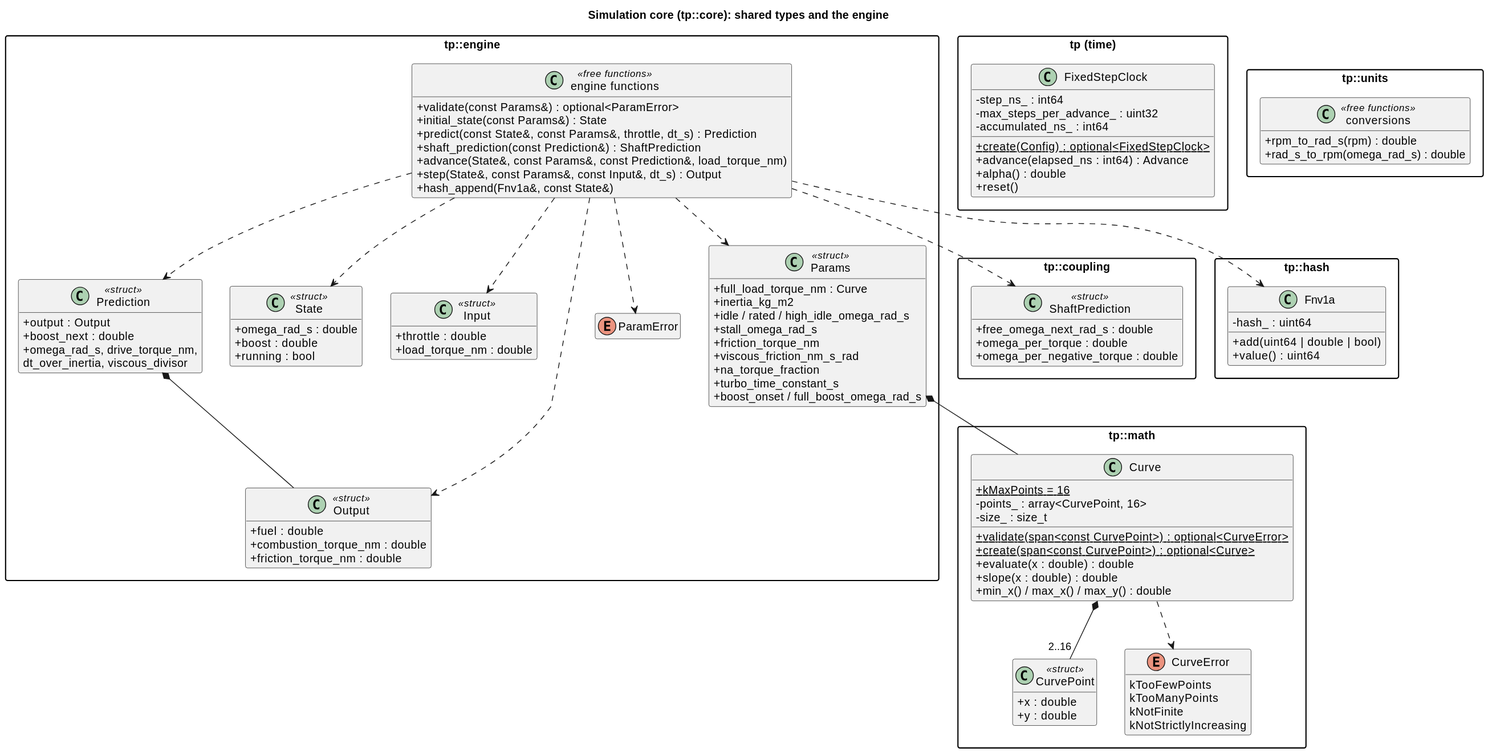
Above: docs/diagrams/svg/core_classes.svg in wversteeg/TractorPulling (PlantUML), before the change.
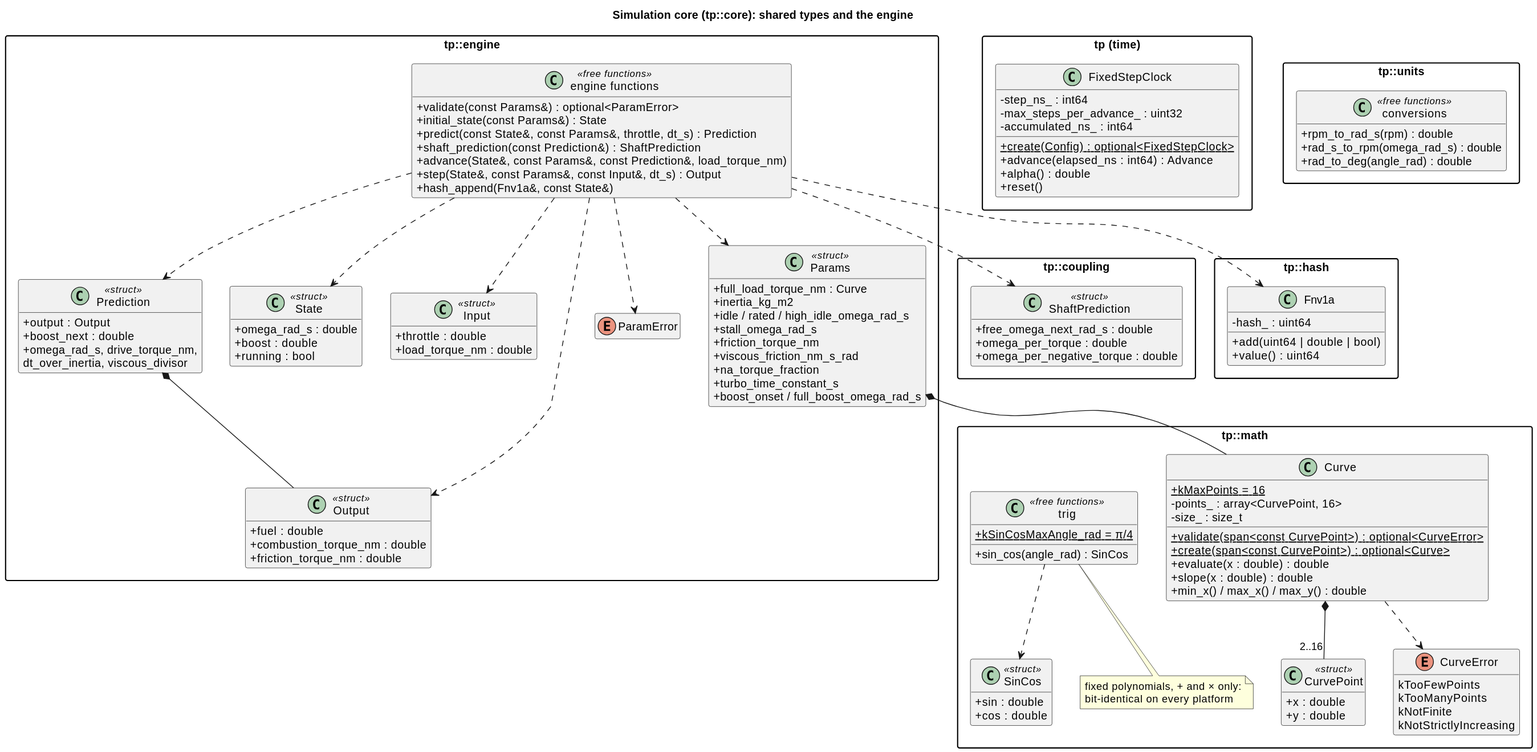
Above is the later version.

Change to the diagram source:
```diff
@@ -35,6 +35,19 @@
     }
     Curve *-- "2..16" CurvePoint
     Curve ..> CurveError
+    class SinCos <<struct>> {
+      +sin : double
+      +cos : double
+    }
+    class "trig" as Trig <<free functions>> {
+      +{static} kSinCosMaxAngle_rad = π/4
+      +sin_cos(angle_rad) : SinCos
+    }
+    Trig ..> SinCos
+    note bottom of Trig
+      fixed polynomials, + and × only:
+      bit-identical on every platform
+    end note
   }
 
   package "tp::engine" {
@@ -117,6 +130,7 @@
     class "conversions" as Units <<free functions>> {
       +rpm_to_rad_s(rpm) : double
       +rad_s_to_rpm(omega_rad_s) : double
+      +rad_to_deg(angle_rad) : double
     }
   }
 @enduml
```
